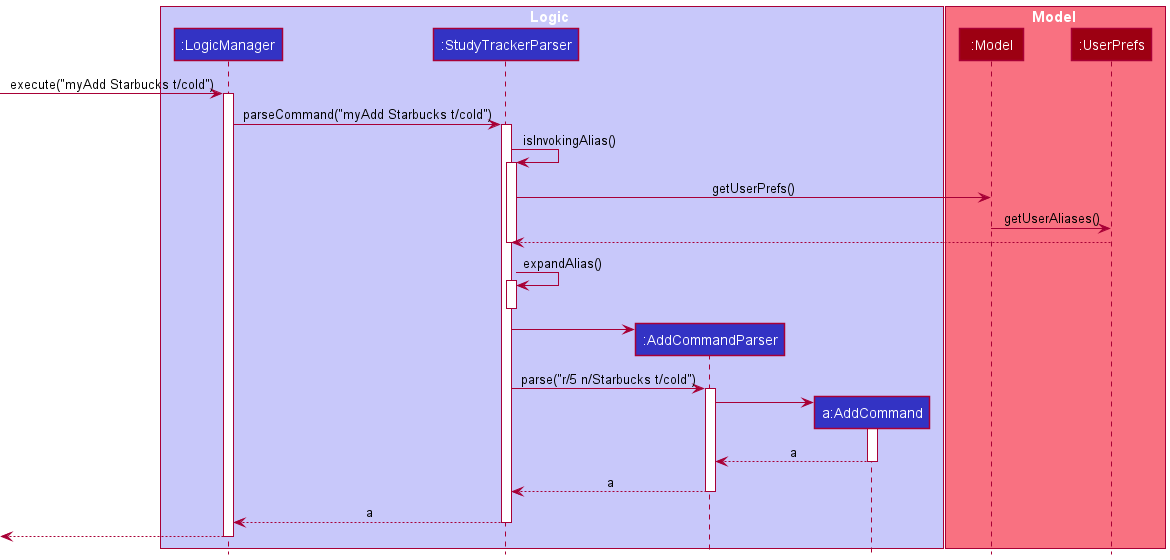
Before: docs/images/AliasSequenceDiagram.png, a diagram exported from PlantUML (ruoyann/tp).
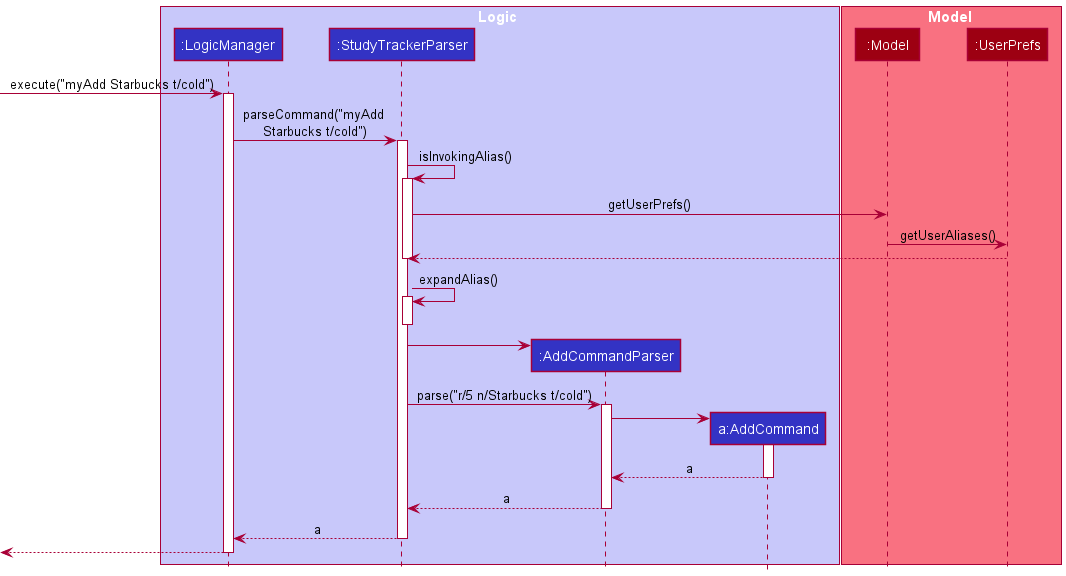
Above is the later version.

What changed in the source:
```diff
@@ -15,7 +15,7 @@
 [-> LogicManager : execute("myAdd Starbucks t/cold")
 activate LogicManager
 
-LogicManager -> StudyTrackerParser : parseCommand("myAdd Starbucks t/cold")
+LogicManager -> StudyTrackerParser : parseCommand("myAdd \nStarbucks t/cold")
 activate StudyTrackerParser
 
 StudyTrackerParser -> StudyTrackerParser : isInvokingAlias()
```
